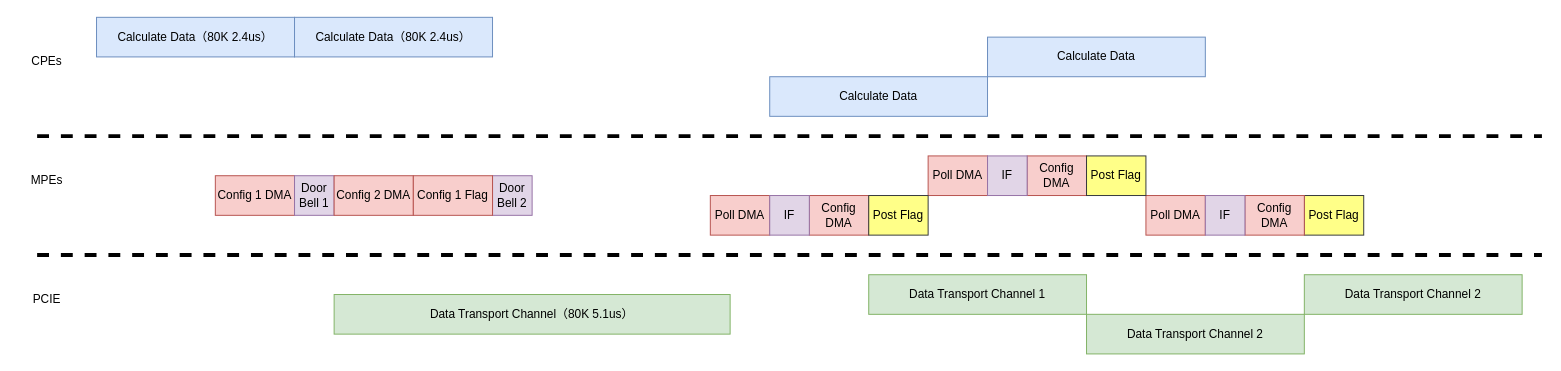
Above: Lantency_Graph/Latency_Work_FLow.drawio in BEYHHH/SBLP (draw.io), before the change. Source tidied: cells renumbered, new cells numbered last; positions are measured from the earlier drawing's top-left corner, leaving out a move shared by most shapes. Both pictures are drawn from the tidied source at 99%, with x=0, y=0 at pixel (17, 17).
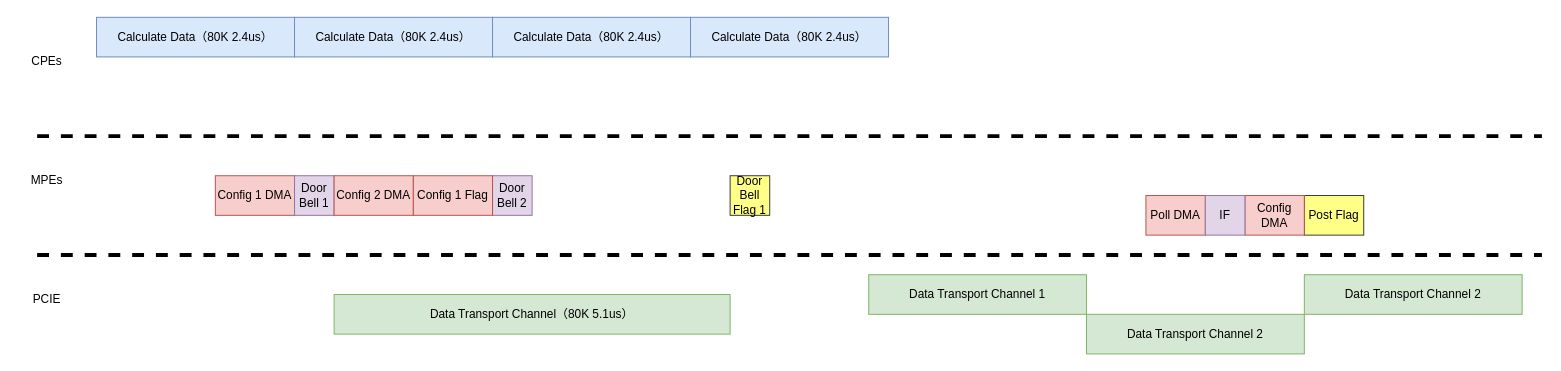
The same diagram, later.

Diff of the diagram source:
```diff
@@
-    <mxCell id="3" value="Poll DMA" style="rounded=0;whiteSpace=wrap;html=1;fillColor=#f8cecc;strokeColor=#b85450;" parent="1" vertex="1">
-      <mxGeometry x="700" y="180" width="60" height="40" as="geometry" />
-    </mxCell>
-    <mxCell id="4" value="Poll DMA" style="rounded=0;whiteSpace=wrap;html=1;fillColor=#f8cecc;strokeColor=#b85450;" parent="1" vertex="1">
-      <mxGeometry x="920" y="140" width="60" height="40" as="geometry" />
-    </mxCell>
@@
-    <mxCell id="6" value="Config DMA" style="rounded=0;whiteSpace=wrap;html=1;fillColor=#f8cecc;strokeColor=#b85450;" parent="1" vertex="1">
-      <mxGeometry x="800" y="180" width="60" height="40" as="geometry" />
-    </mxCell>
@@
-    <mxCell id="8" value="IF" style="rounded=0;whiteSpace=wrap;html=1;fillColor=#e1d5e7;strokeColor=#9673a6;" parent="1" vertex="1">
-      <mxGeometry x="760" y="180" width="40" height="40" as="geometry" />
-    </mxCell>
@@
-    <mxCell id="11" value="Post Flag" style="rounded=0;whiteSpace=wrap;html=1;fillColor=#ffff88;strokeColor=#36393d;" parent="1" vertex="1">
-      <mxGeometry x="860" y="180" width="60" height="40" as="geometry" />
+    <mxCell id="11" value="Door&lt;br&gt;Bell Flag 1" style="rounded=0;whiteSpace=wrap;html=1;fillColor=#ffff88;strokeColor=#36393d;" parent="1" vertex="1">
+      <mxGeometry x="720" y="160" width="40" height="40" as="geometry" />
     </mxCell>
@@
-    <mxCell id="15" value="Calculate Data" style="rounded=0;whiteSpace=wrap;html=1;fillColor=#dae8fc;strokeColor=#6c8ebf;" parent="1" vertex="1">
-      <mxGeometry x="760" y="60" width="220" height="40" as="geometry" />
-    </mxCell>
-    <mxCell id="16" value="Config DMA" style="rounded=0;whiteSpace=wrap;html=1;fillColor=#f8cecc;strokeColor=#b85450;" parent="1" vertex="1">
-      <mxGeometry x="1020" y="140" width="60" height="40" as="geometry" />
-    </mxCell>
-    <mxCell id="17" value="IF" style="rounded=0;whiteSpace=wrap;html=1;fillColor=#e1d5e7;strokeColor=#9673a6;" parent="1" vertex="1">
-      <mxGeometry x="980" y="140" width="40" height="40" as="geometry" />
-    </mxCell>
-    <mxCell id="18" value="Post Flag" style="rounded=0;whiteSpace=wrap;html=1;fillColor=#ffff88;strokeColor=#36393d;" parent="1" vertex="1">
-      <mxGeometry x="1080" y="140" width="60" height="40" as="geometry" />
-    </mxCell>
@@
-    <mxCell id="23" value="Calculate Data" style="rounded=0;whiteSpace=wrap;html=1;fillColor=#dae8fc;strokeColor=#6c8ebf;" parent="1" vertex="1">
-      <mxGeometry x="980" y="20" width="220" height="40" as="geometry" />
-    </mxCell>
@@
+    <mxCell id="32" value="Calculate Data（80K 2.4us）" style="rounded=0;whiteSpace=wrap;html=1;fillColor=#dae8fc;strokeColor=#6c8ebf;" parent="1" vertex="1">
+      <mxGeometry x="480" width="200" height="40" as="geometry" />
+    </mxCell>
+    <mxCell id="33" value="Calculate Data（80K 2.4us）" style="rounded=0;whiteSpace=wrap;html=1;fillColor=#dae8fc;strokeColor=#6c8ebf;" parent="1" vertex="1">
+      <mxGeometry x="680" width="200" height="40" as="geometry" />
+    </mxCell>
```
